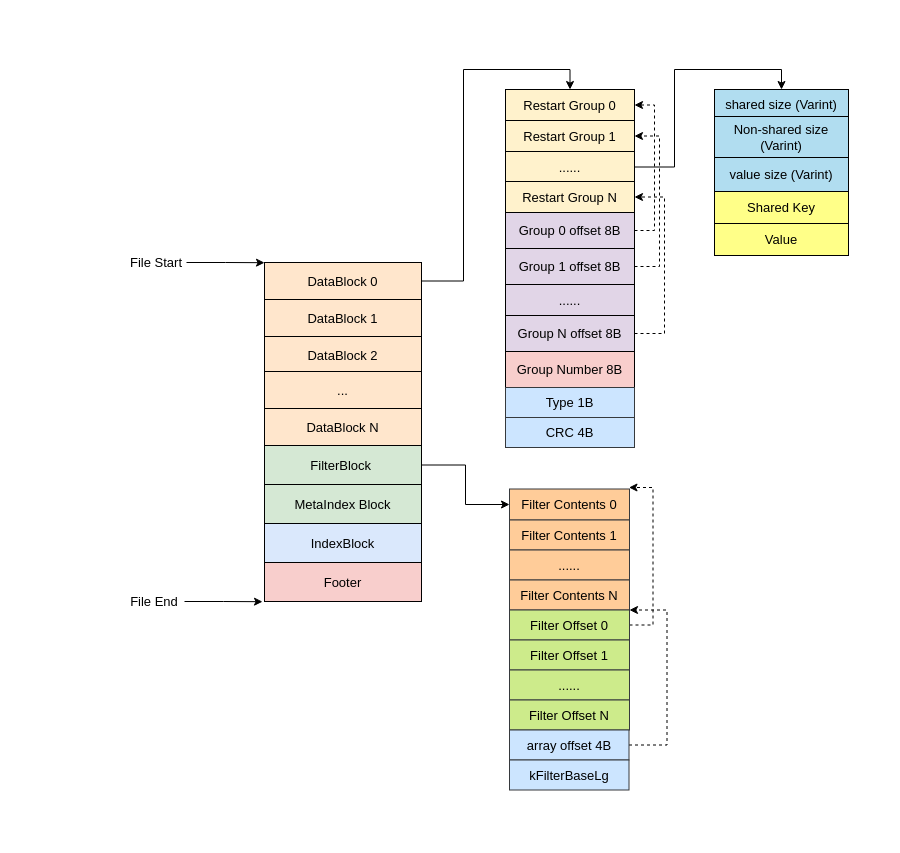
Holworth/DrawIO keeps this draw.io diagram as LevelDB Code.drawio. Above is the earlier version. Source tidied: cells renumbered, new cells numbered last; positions are measured from the earlier drawing's top-left corner, leaving out a move shared by most shapes. Both pictures are drawn from the tidied source at 100%, with x=0, y=0 at pixel (124, 89).
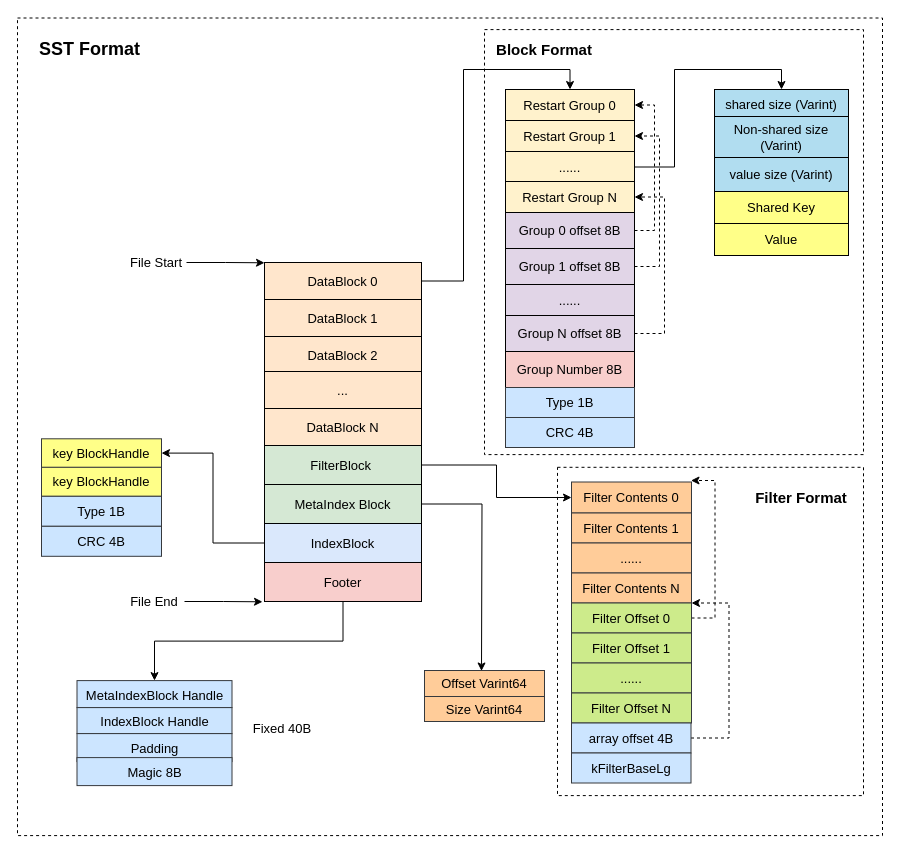
The same page after the edit.

Unchanged cells that the change refers to:
```xml
<mxCell id="10" value="MetaIndex Block" style="rounded=0;whiteSpace=wrap;html=1;fontSize=13;strokeColor=#000000;strokeWidth=1;fillColor=#d5e8d4;" parent="1" vertex="1">
  <mxGeometry x="140" y="395" width="157" height="39" as="geometry" />
</mxCell>
<mxCell id="11" value="IndexBlock" style="rounded=0;whiteSpace=wrap;html=1;fontSize=13;strokeColor=#000000;strokeWidth=1;fillColor=#dae8fc;" parent="1" vertex="1">
  <mxGeometry x="140" y="434" width="157" height="39" as="geometry" />
</mxCell>
<mxCell id="12" value="Footer" style="rounded=0;whiteSpace=wrap;html=1;fontSize=13;strokeColor=#000000;strokeWidth=1;fillColor=#f8cecc;" parent="1" vertex="1">
  <mxGeometry x="140" y="473" width="157" height="39" as="geometry" />
</mxCell>
<mxCell id="14" value="File Start" style="text;html=1;strokeColor=none;fillColor=none;align=center;verticalAlign=middle;whiteSpace=wrap;rounded=0;fontSize=13;" parent="1" vertex="1">
  <mxGeometry x="2" y="158" width="60" height="30" as="geometry" />
</mxCell>
<mxCell id="16" value="File End" style="text;html=1;strokeColor=none;fillColor=none;align=center;verticalAlign=middle;whiteSpace=wrap;rounded=0;fontSize=13;" parent="1" vertex="1">
  <mxGeometry y="497" width="60" height="30" as="geometry" />
</mxCell>
```

What changed in the source:
```diff
@@
+    <mxCell id="49" style="rounded=0;whiteSpace=wrap;html=1;fontSize=13;strokeWidth=1;dashed=1;" parent="1" vertex="1">
+      <mxGeometry x="-107" y="-71.5" width="865" height="817.6" as="geometry" />
+    </mxCell>
+    <mxCell id="50" style="rounded=0;whiteSpace=wrap;html=1;fontSize=13;strokeWidth=1;dashed=1;" parent="1" vertex="1">
+      <mxGeometry x="433" y="377.8" width="306" height="328.3" as="geometry" />
+    </mxCell>
+    <mxCell id="51" style="rounded=0;whiteSpace=wrap;html=1;fontSize=13;strokeWidth=1;dashed=1;" parent="1" vertex="1">
+      <mxGeometry x="360" y="-59.9" width="379" height="425" as="geometry" />
+    </mxCell>
@@
+    <mxCell id="52" style="edgeStyle=orthogonalEdgeStyle;rounded=0;jettySize=auto;html=1;fontSize=13;strokeColor=#000000;" parent="1" edge="1" source="10">
+      <mxGeometry relative="1" as="geometry">
+        <mxPoint x="357" y="581.5" as="targetPoint" />
+      </mxGeometry>
+    </mxCell>
@@
+    <mxCell id="53" style="edgeStyle=orthogonalEdgeStyle;rounded=0;jettySize=auto;html=1;entryX=1;entryY=0.5;entryDx=0;entryDy=0;fontSize=13;strokeColor=#000000;" parent="1" edge="1" source="11" target="57">
+      <mxGeometry relative="1" as="geometry" />
+    </mxCell>
@@
+    <mxCell id="54" style="edgeStyle=orthogonalEdgeStyle;rounded=0;jettySize=auto;html=1;exitX=0.5;exitY=1;exitDx=0;exitDy=0;fontSize=13;strokeColor=#000000;" parent="1" edge="1" source="12" target="64">
+      <mxGeometry relative="1" as="geometry" />
+    </mxCell>
@@
     <mxCell id="13" style="edgeStyle=orthogonalEdgeStyle;rounded=0;jettySize=auto;html=1;entryX=0;entryY=0.25;entryDx=0;entryDy=0;fontSize=13;" parent="1" edge="1" source="14">
       <mxGeometry relative="1" as="geometry">
-        <mxPoint x="140" y="173.2" as="targetPoint" />
+        <mxPoint x="140" y="173.3" as="targetPoint" />
       </mxGeometry>
     </mxCell>
@@
     <mxCell id="15" style="edgeStyle=orthogonalEdgeStyle;rounded=0;jettySize=auto;html=1;entryX=0;entryY=0.25;entryDx=0;entryDy=0;fontSize=13;" parent="1" edge="1" source="16">
       <mxGeometry relative="1" as="geometry">
-        <mxPoint x="138" y="512.2" as="targetPoint" />
+        <mxPoint x="138" y="512.3" as="targetPoint" />
       </mxGeometry>
     </mxCell>
@@
     <mxCell id="37" value="Filter Contents 0" style="rounded=0;whiteSpace=wrap;html=1;fontSize=13;strokeWidth=1;fillColor=#ffcc99;strokeColor=#36393d;" parent="1" vertex="1">
-      <mxGeometry x="385" y="399.5" width="120" height="31" as="geometry" />
+      <mxGeometry x="447" y="392.5" width="120" height="31" as="geometry" />
     </mxCell>
     <mxCell id="38" value="Filter Contents 1" style="rounded=0;whiteSpace=wrap;html=1;fontSize=13;strokeWidth=1;fillColor=#ffcc99;strokeColor=#36393d;" parent="1" vertex="1">
-      <mxGeometry x="385" y="430.5" width="120" height="30" as="geometry" />
+      <mxGeometry x="447" y="423.5" width="120" height="30" as="geometry" />
     </mxCell>
     <mxCell id="39" value="......" style="rounded=0;whiteSpace=wrap;html=1;fontSize=13;strokeWidth=1;fillColor=#ffcc99;strokeColor=#36393d;" parent="1" vertex="1">
-      <mxGeometry x="385" y="460.5" width="120" height="30" as="geometry" />
+      <mxGeometry x="447" y="453.5" width="120" height="30" as="geometry" />
     </mxCell>
     <mxCell id="40" value="Filter Contents N" style="rounded=0;whiteSpace=wrap;html=1;fontSize=13;strokeWidth=1;fillColor=#ffcc99;strokeColor=#36393d;" parent="1" vertex="1">
-      <mxGeometry x="385" y="490.5" width="120" height="30" as="geometry" />
+      <mxGeometry x="447" y="483.5" width="120" height="30" as="geometry" />
     </mxCell>
     <mxCell id="41" style="edgeStyle=orthogonalEdgeStyle;rounded=0;jettySize=auto;html=1;dashed=1;fontSize=13;strokeColor=#000000;" parent="1" edge="1" source="42">
       <mxGeometry relative="1" as="geometry">
-        <mxPoint x="504.5" y="398" as="targetPoint" />
+        <mxPoint x="566.5" y="391" as="targetPoint" />
         <Array as="points">
-          <mxPoint x="528.5" y="535.5" />
-          <mxPoint x="528.5" y="398.5" />
+          <mxPoint x="590.5" y="528.5" />
+          <mxPoint x="590.5" y="391.5" />
         </Array>
       </mxGeometry>
     </mxCell>
     <mxCell id="42" value="Filter Offset 0" style="rounded=0;whiteSpace=wrap;html=1;fontSize=13;strokeWidth=1;fillColor=#cdeb8b;strokeColor=#36393d;" parent="1" vertex="1">
-      <mxGeometry x="385" y="520.5" width="120" height="30" as="geometry" />
+      <mxGeometry x="447" y="513.5" width="120" height="30" as="geometry" />
     </mxCell>
     <mxCell id="43" value="Filter Offset 1" style="rounded=0;whiteSpace=wrap;html=1;fontSize=13;strokeWidth=1;fillColor=#cdeb8b;strokeColor=#36393d;" parent="1" vertex="1">
-      <mxGeometry x="385" y="550.5" width="120" height="30" as="geometry" />
+      <mxGeometry x="447" y="543.5" width="120" height="30" as="geometry" />
     </mxCell>
     <mxCell id="44" value="......" style="rounded=0;whiteSpace=wrap;html=1;fontSize=13;strokeWidth=1;fillColor=#cdeb8b;strokeColor=#36393d;" parent="1" vertex="1">
-      <mxGeometry x="385" y="580.5" width="120" height="30" as="geometry" />
+      <mxGeometry x="447" y="573.5" width="120" height="30" as="geometry" />
     </mxCell>
     <mxCell id="45" value="Filter Offset N" style="rounded=0;whiteSpace=wrap;html=1;fontSize=13;strokeWidth=1;fillColor=#cdeb8b;strokeColor=#36393d;" parent="1" vertex="1">
-      <mxGeometry x="385" y="610.5" width="120" height="30" as="geometry" />
+      <mxGeometry x="447" y="603.5" width="120" height="30" as="geometry" />
     </mxCell>
     <mxCell id="46" style="edgeStyle=orthogonalEdgeStyle;rounded=0;jettySize=auto;html=1;entryX=1;entryY=0;entryDx=0;entryDy=0;fontSize=13;strokeColor=#000000;dashed=1;" parent="1" edge="1" source="47" target="42">
       <mxGeometry relative="1" as="geometry">
         <Array as="points">
-          <mxPoint x="542.5" y="655.5" />
-          <mxPoint x="542.5" y="520.5" />
+          <mxPoint x="604.5" y="648.5" />
+          <mxPoint x="604.5" y="513.5" />
         </Array>
       </mxGeometry>
     </mxCell>
     <mxCell id="47" value="array offset 4B" style="rounded=0;whiteSpace=wrap;html=1;fontSize=13;strokeWidth=1;fillColor=#cce5ff;strokeColor=#36393d;" parent="1" vertex="1">
-      <mxGeometry x="385" y="640.5" width="119.5" height="30" as="geometry" />
+      <mxGeometry x="447" y="633.5" width="119.5" height="30" as="geometry" />
     </mxCell>
     <mxCell id="48" value="kFilterBaseLg" style="rounded=0;whiteSpace=wrap;html=1;fontSize=13;strokeWidth=1;fillColor=#cce5ff;strokeColor=#36393d;" parent="1" vertex="1">
-      <mxGeometry x="385" y="670.5" width="119.5" height="30" as="geometry" />
+      <mxGeometry x="447" y="663.5" width="119.5" height="30" as="geometry" />
     </mxCell>
+    <mxCell id="55" value="Offset Varint64" style="rounded=0;whiteSpace=wrap;html=1;fontSize=13;strokeWidth=1;fillColor=#ffcc99;strokeColor=#36393d;" parent="1" vertex="1">
+      <mxGeometry x="300" y="581" width="120" height="26" as="geometry" />
+    </mxCell>
+    <mxCell id="56" value="Size Varint64" style="rounded=0;whiteSpace=wrap;html=1;fontSize=13;strokeWidth=1;fillColor=#ffcc99;strokeColor=#36393d;" parent="1" vertex="1">
+      <mxGeometry x="300" y="607" width="120" height="25" as="geometry" />
+    </mxCell>
+    <mxCell id="57" value="key BlockHandle" style="rounded=0;whiteSpace=wrap;html=1;fontSize=13;strokeWidth=1;fillColor=#ffff88;strokeColor=#36393d;" parent="1" vertex="1">
+      <mxGeometry x="-83" y="349.3" width="120" height="28.6" as="geometry" />
+    </mxCell>
+    <mxCell id="58" value="key BlockHandle" style="rounded=0;whiteSpace=wrap;html=1;fontSize=13;strokeWidth=1;fillColor=#ffff88;strokeColor=#36393d;" parent="1" vertex="1">
+      <mxGeometry x="-83" y="377.8" width="120" height="29" as="geometry" />
+    </mxCell>
+    <mxCell id="59" value="Type 1B" style="rounded=0;whiteSpace=wrap;html=1;fontSize=13;strokeWidth=1;fillColor=#cce5ff;strokeColor=#36393d;" parent="1" vertex="1">
+      <mxGeometry x="-83" y="406.8" width="120" height="30" as="geometry" />
+    </mxCell>
+    <mxCell id="60" value="CRC 4B" style="rounded=0;whiteSpace=wrap;html=1;fontSize=13;strokeWidth=1;fillColor=#cce5ff;strokeColor=#36393d;" parent="1" vertex="1">
+      <mxGeometry x="-83" y="436.8" width="120" height="30" as="geometry" />
+    </mxCell>
+    <mxCell id="61" value="&lt;b&gt;&lt;font style=&quot;font-size: 15px;&quot;&gt;Block Format&lt;/font&gt;&lt;/b&gt;" style="text;html=1;strokeColor=none;fillColor=none;align=center;verticalAlign=middle;whiteSpace=wrap;rounded=0;dashed=1;fontSize=13;" parent="1" vertex="1">
+      <mxGeometry x="364" y="-54.9" width="112" height="30" as="geometry" />
+    </mxCell>
+    <mxCell id="62" value="&lt;span style=&quot;font-size: 15px;&quot;&gt;&lt;b&gt;Filter Format&lt;/b&gt;&lt;/span&gt;" style="text;html=1;strokeColor=none;fillColor=none;align=center;verticalAlign=middle;whiteSpace=wrap;rounded=0;dashed=1;fontSize=13;" parent="1" vertex="1">
+      <mxGeometry x="621" y="392.5" width="112" height="30" as="geometry" />
+    </mxCell>
+    <mxCell id="63" value="&lt;b&gt;&lt;font style=&quot;font-size: 18px;&quot;&gt;SST Format&lt;/font&gt;&lt;/b&gt;" style="text;html=1;strokeColor=none;fillColor=none;align=center;verticalAlign=middle;whiteSpace=wrap;rounded=0;dashed=1;fontSize=15;" parent="1" vertex="1">
+      <mxGeometry x="-106" y="-54.9" width="143" height="30" as="geometry" />
+    </mxCell>
+    <mxCell id="64" value="&lt;font style=&quot;font-size: 13px;&quot;&gt;MetaIndexBlock Handle&lt;/font&gt;" style="rounded=0;whiteSpace=wrap;html=1;fontSize=18;strokeWidth=1;fillColor=#cce5ff;strokeColor=#36393d;" parent="1" vertex="1">
+      <mxGeometry x="-47.5" y="591.1" width="155" height="27" as="geometry" />
+    </mxCell>
+    <mxCell id="65" value="&lt;font style=&quot;font-size: 13px;&quot;&gt;IndexBlock Handle&lt;/font&gt;" style="rounded=0;whiteSpace=wrap;html=1;fontSize=18;strokeWidth=1;fillColor=#cce5ff;strokeColor=#36393d;" parent="1" vertex="1">
+      <mxGeometry x="-47.5" y="618.1" width="155" height="26" as="geometry" />
+    </mxCell>
+    <mxCell id="66" value="&lt;font style=&quot;font-size: 13px;&quot;&gt;Padding&lt;/font&gt;" style="rounded=0;whiteSpace=wrap;html=1;fontSize=18;strokeWidth=1;fillColor=#cce5ff;strokeColor=#36393d;" parent="1" vertex="1">
+      <mxGeometry x="-47.5" y="644.1" width="155" height="28" as="geometry" />
+    </mxCell>
+    <mxCell id="67" value="&lt;font style=&quot;font-size: 13px;&quot;&gt;Magic 8B&lt;/font&gt;" style="rounded=0;whiteSpace=wrap;html=1;fontSize=18;strokeWidth=1;fillColor=#cce5ff;strokeColor=#36393d;" parent="1" vertex="1">
+      <mxGeometry x="-47.5" y="668.1" width="155" height="28" as="geometry" />
+    </mxCell>
+    <mxCell id="68" value="Fixed 40B" style="text;html=1;strokeColor=none;fillColor=none;align=center;verticalAlign=middle;whiteSpace=wrap;rounded=0;fontSize=13;" parent="1" vertex="1">
+      <mxGeometry x="121" y="624.1" width="74" height="30" as="geometry" />
+    </mxCell>
```
